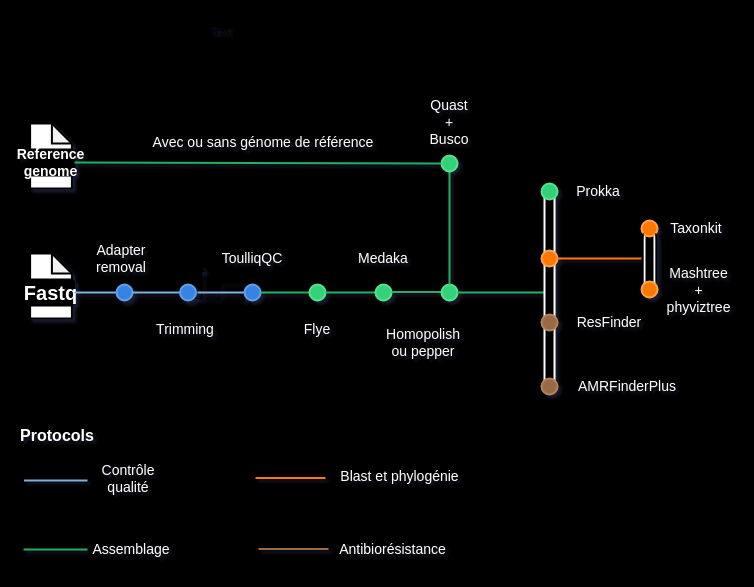
Matth-Cbn/mkdocs_tutoriel_stage keeps this draw.io diagram as Test_pipeline.drawio. Above is the earlier version. Source tidied: cells renumbered, new cells numbered last; positions are measured from the earlier drawing's top-left corner, leaving out a move shared by most shapes. Both pictures are drawn from the tidied source at 100%, with x=0, y=0 at pixel (23, 17).
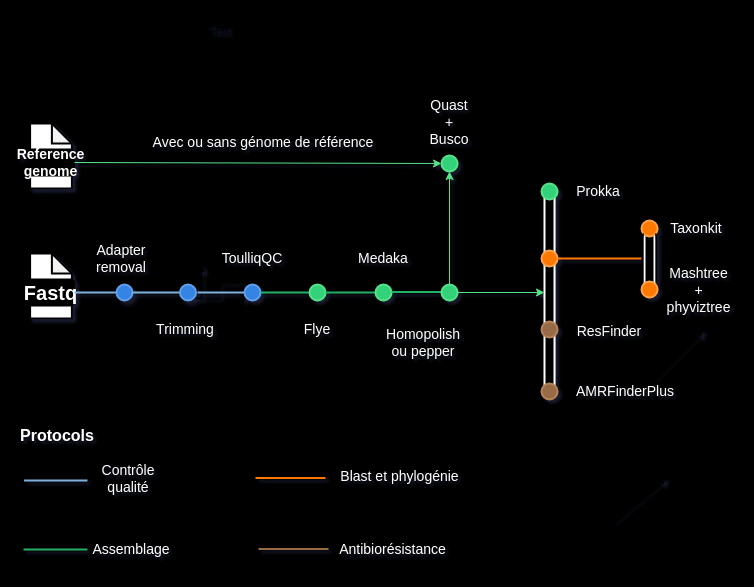
Above is the later version.

Commit message:
Mettre à jour Test_pipeline.drawio

The change refers to these unchanged cells:
```xml
<mxCell id="27" style="ellipse;whiteSpace=wrap;html=1;rounded=1;rotation=0;strokeWidth=2;fillColor=#33d17a;strokeColor=#57E389;" parent="1" vertex="1">
  <mxGeometry x="418" y="267" width="16" height="16" as="geometry" />
</mxCell>
<mxCell id="31" value="&lt;div align=&quot;center&quot;&gt;&lt;font style=&quot;font-size: 14px;&quot; color=&quot;#ffffff&quot; face=&quot;Maven Pro&quot;&gt;&lt;b&gt;Reference genome&lt;/b&gt;&lt;/font&gt;&lt;br&gt;&lt;/div&gt;" style="rounded=1;whiteSpace=wrap;html=1;strokeWidth=2;fillColor=#000000;align=center;" parent="29" vertex="1">
  <mxGeometry y="26" width="47" height="26" as="geometry" />
</mxCell>
<mxCell id="33" style="ellipse;whiteSpace=wrap;html=1;rounded=1;rotation=0;strokeWidth=2;fillColor=#33d17a;strokeColor=#57e389;" parent="1" vertex="1">
  <mxGeometry x="418" y="138" width="16" height="16" as="geometry" />
</mxCell>
```

Diff of the diagram source:
```diff
@@
-    <mxCell id="32" style="endArrow=none;html=1;rounded=1;strokeWidth=2;strokeColor=#24B064;entryX=0.5;entryY=0;entryDx=0;entryDy=0;exitX=0.5;exitY=1;exitDx=0;exitDy=0;" parent="1" edge="1" source="33" target="27">
-      <mxGeometry relative="1" as="geometry" />
-    </mxCell>
@@
-    <mxCell id="35" style="endArrow=none;html=1;rounded=1;strokeWidth=2;strokeColor=#24B064;entryX=0;entryY=0.5;entryDx=0;entryDy=0;exitX=1;exitY=0.5;exitDx=0;exitDy=0;" parent="1" edge="1" source="31" target="33">
-      <mxGeometry relative="1" as="geometry" />
-    </mxCell>
@@
-    <mxCell id="37" style="endArrow=none;html=1;rounded=1;strokeWidth=2;strokeColor=#24B064;exitX=1;exitY=0.5;exitDx=0;exitDy=0;" parent="1" edge="1" source="27">
-      <mxGeometry relative="1" as="geometry">
-        <mxPoint x="521" y="275" as="targetPoint" />
-      </mxGeometry>
-    </mxCell>
     <mxCell id="38" style="rounded=0;whiteSpace=wrap;html=1;strokeColor=#FFFFFF;strokeWidth=2;fillColor=#000000;" parent="1" vertex="1">
-      <mxGeometry x="521" y="171" width="10" height="202" as="geometry" />
+      <mxGeometry x="521" y="174" width="10" height="202" as="geometry" />
     </mxCell>
@@
     <mxCell id="41" style="ellipse;whiteSpace=wrap;html=1;rounded=1;rotation=0;strokeWidth=2;fillColor=#986A44;strokeColor=#B5835A;" parent="1" vertex="1">
-      <mxGeometry x="518" y="361" width="16" height="16" as="geometry" />
+      <mxGeometry x="518" y="366" width="16" height="16" as="geometry" />
     </mxCell>
     <mxCell id="42" style="ellipse;whiteSpace=wrap;html=1;rounded=1;rotation=0;strokeWidth=2;fillColor=#986A44;strokeColor=#B5835A;" parent="1" vertex="1">
-      <mxGeometry x="518" y="297" width="16" height="16" as="geometry" />
+      <mxGeometry x="518" y="304" width="16" height="16" as="geometry" />
     </mxCell>
@@
     <mxCell id="45" value="&lt;font style=&quot;font-size: 14px;&quot; color=&quot;#ffffff&quot;&gt;ResFinder&lt;/font&gt;" style="text;strokeColor=none;align=center;fillColor=none;html=1;verticalAlign=middle;whiteSpace=wrap;rounded=0;" parent="1" vertex="1">
-      <mxGeometry x="556" y="290" width="60" height="30" as="geometry" />
+      <mxGeometry x="556" y="306" width="60" height="16" as="geometry" />
     </mxCell>
     <mxCell id="46" value="&lt;font style=&quot;font-size: 14px;&quot; color=&quot;#ffffff&quot;&gt;AMRFinderPlus&lt;/font&gt;" style="text;strokeColor=none;align=center;fillColor=none;html=1;verticalAlign=middle;whiteSpace=wrap;rounded=0;" parent="1" vertex="1">
-      <mxGeometry x="574" y="354" width="60" height="30" as="geometry" />
+      <mxGeometry x="572" y="359" width="60" height="30" as="geometry" />
     </mxCell>
@@
+    <mxCell id="64" style="endArrow=classic;html=1;rounded=0;" parent="1" edge="1">
+      <mxGeometry relative="1" as="geometry">
+        <mxPoint x="589" y="505" as="sourcePoint" />
+        <mxPoint x="643" y="460" as="targetPoint" />
+      </mxGeometry>
+    </mxCell>
+    <mxCell id="65" style="endArrow=classic;html=1;rounded=0;" parent="1" edge="1">
+      <mxGeometry relative="1" as="geometry">
+        <mxPoint x="630" y="362" as="sourcePoint" />
+        <mxPoint x="680" y="312" as="targetPoint" />
+      </mxGeometry>
+    </mxCell>
+    <mxCell id="66" style="endArrow=classic;html=1;rounded=0;exitX=0.5;exitY=0;exitDx=0;exitDy=0;entryX=0.5;entryY=1;entryDx=0;entryDy=0;strokeColor=#57E389;" parent="1" edge="1" source="27" target="33">
+      <mxGeometry relative="1" as="geometry" />
+    </mxCell>
+    <mxCell id="35" style="endArrow=classic;html=1;rounded=0;exitX=1;exitY=0.5;exitDx=0;exitDy=0;entryX=0;entryY=0.5;entryDx=0;entryDy=0;strokeColor=#57E389;" parent="1" edge="1" source="31" target="33">
+      <mxGeometry relative="1" as="geometry" />
+    </mxCell>
+    <mxCell id="67" style="endArrow=classic;html=1;rounded=0;exitX=1;exitY=0.5;exitDx=0;exitDy=0;entryX=0;entryY=0.5;entryDx=0;entryDy=0;strokeColor=#57E389;" parent="1" edge="1" source="27" target="38">
+      <mxGeometry relative="1" as="geometry" />
+    </mxCell>
```
